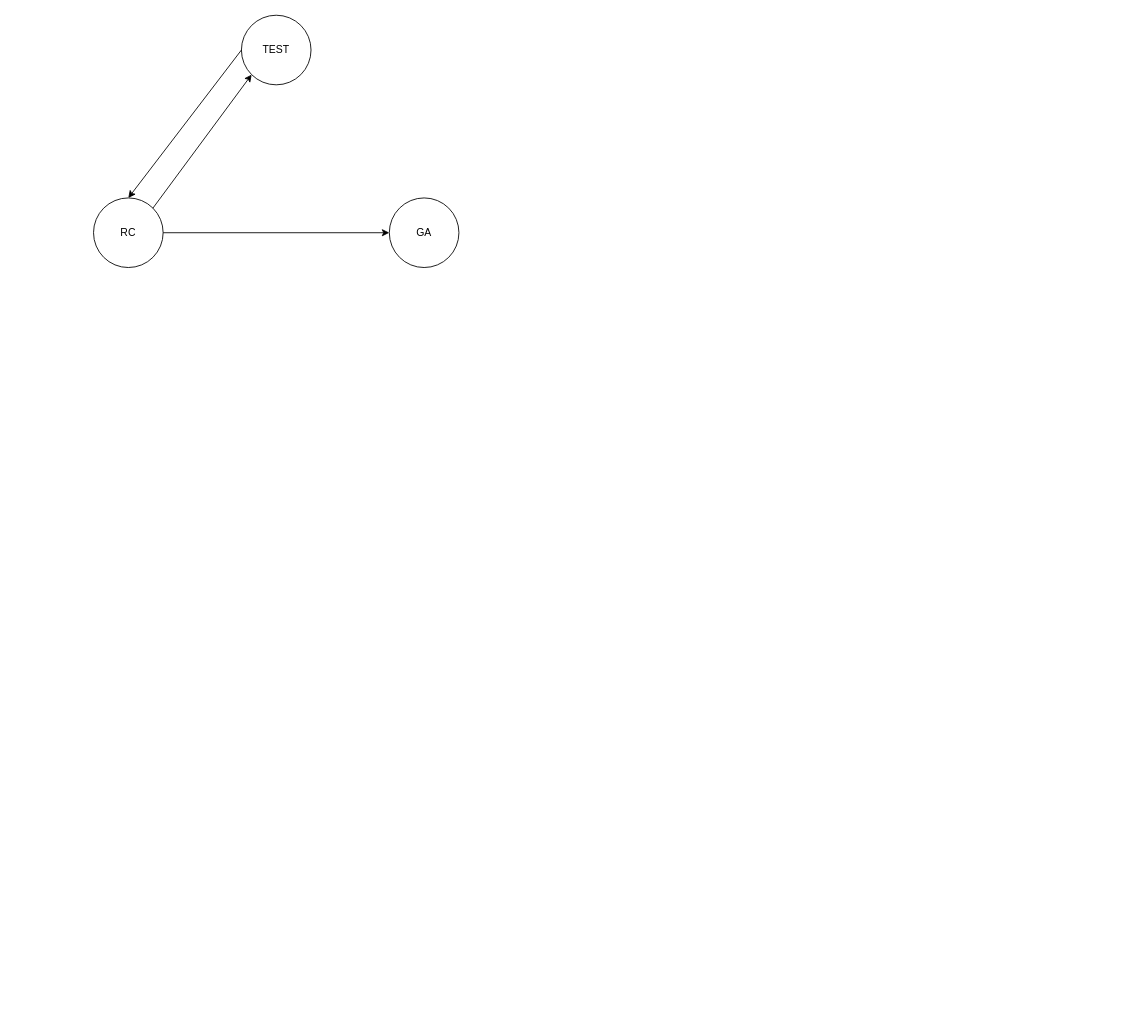
Above: package_transform.drawio in helios741/plan (draw.io), before the change. Source tidied: cells renumbered, new cells numbered last; positions are measured from the earlier drawing's top-left corner, leaving out a move shared by most shapes. Both pictures are drawn from the tidied source at 87%, with x=0, y=0 at pixel (93, 15).
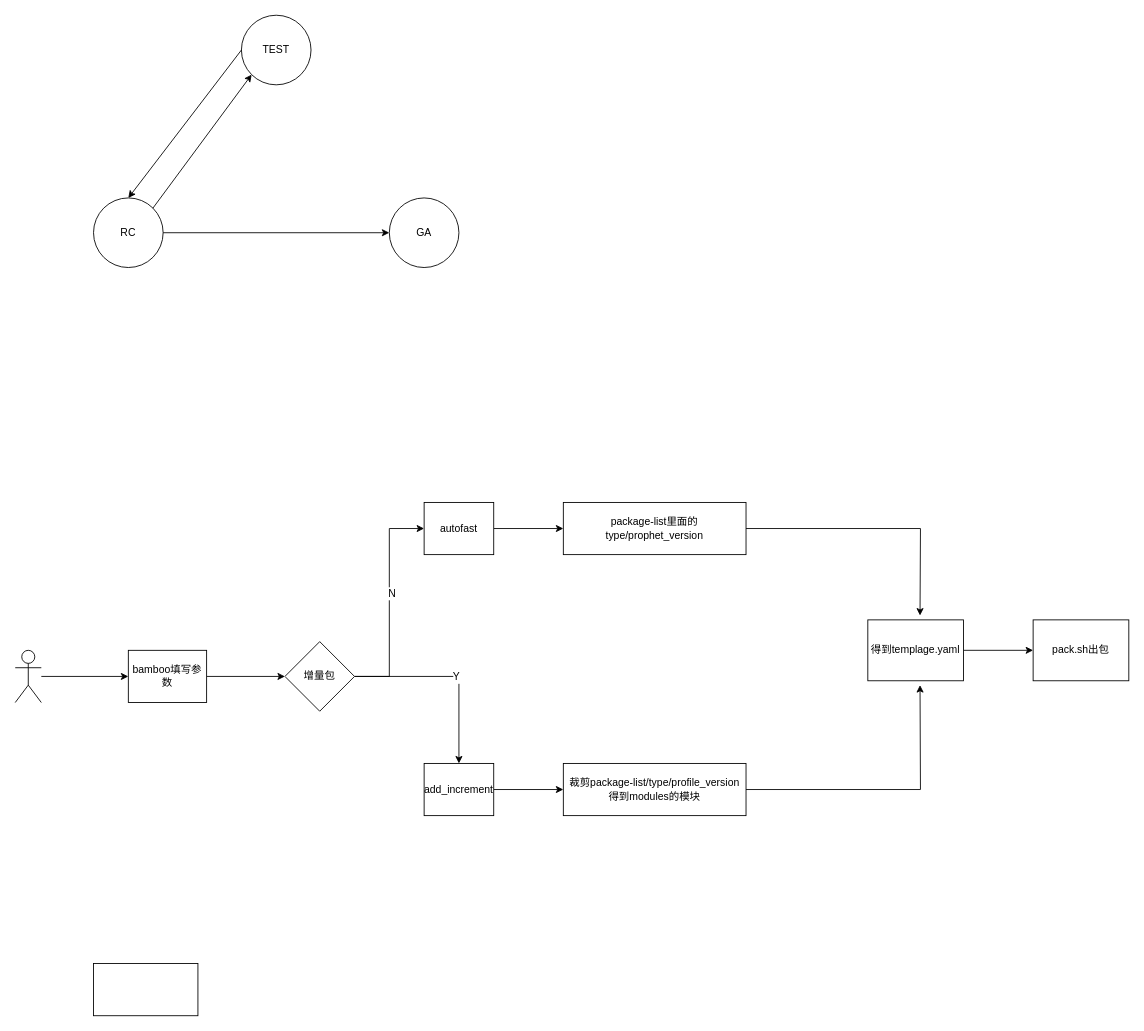
After the change.

What changed in the source:
```diff
@@
+    <mxCell id="8" style="edgeStyle=orthogonalEdgeStyle;rounded=0;jettySize=auto;html=1;" parent="1" edge="1" source="9" target="11">
+      <mxGeometry relative="1" as="geometry" />
+    </mxCell>
+    <mxCell id="9" style="shape=umlActor;verticalLabelPosition=bottom;labelBackgroundColor=#ffffff;verticalAlign=top;html=1;outlineConnect=0;" parent="1" vertex="1">
+      <mxGeometry x="-90" y="730" width="30" height="60" as="geometry" />
+    </mxCell>
+    <mxCell id="10" style="edgeStyle=orthogonalEdgeStyle;rounded=0;jettySize=auto;html=1;exitX=1;exitY=0.5;exitDx=0;exitDy=0;entryX=0;entryY=0.5;entryDx=0;entryDy=0;" parent="1" edge="1" source="11" target="16">
+      <mxGeometry relative="1" as="geometry" />
+    </mxCell>
+    <mxCell id="11" value="bamboo填写参数" style="rounded=0;whiteSpace=wrap;html=1;" parent="1" vertex="1">
+      <mxGeometry x="40" y="730" width="90" height="60" as="geometry" />
+    </mxCell>
+    <mxCell id="12" style="edgeStyle=orthogonalEdgeStyle;rounded=0;jettySize=auto;html=1;" parent="1" edge="1" source="16" target="22">
+      <mxGeometry relative="1" as="geometry" />
+    </mxCell>
+    <mxCell id="13" value="Y" style="text;html=1;align=center;verticalAlign=middle;labelBackgroundColor=#ffffff;" parent="12" vertex="1">
+      <mxGeometry x="0.09" y="-4" relative="1" as="geometry" />
+    </mxCell>
+    <mxCell id="14" style="edgeStyle=orthogonalEdgeStyle;rounded=0;jettySize=auto;html=1;entryX=0;entryY=0.5;entryDx=0;entryDy=0;" parent="1" edge="1" source="16" target="18">
+      <mxGeometry relative="1" as="geometry" />
+    </mxCell>
+    <mxCell id="15" value="N" style="text;html=1;align=center;verticalAlign=middle;labelBackgroundColor=#ffffff;" parent="14" vertex="1">
+      <mxGeometry x="0.09" y="-2" relative="1" as="geometry" />
+    </mxCell>
+    <mxCell id="16" value="增量包" style="rhombus;whiteSpace=wrap;html=1;" parent="1" vertex="1">
+      <mxGeometry x="220" y="720" width="80" height="80" as="geometry" />
+    </mxCell>
+    <mxCell id="17" style="edgeStyle=orthogonalEdgeStyle;rounded=0;jettySize=auto;html=1;" parent="1" edge="1" source="18" target="20">
+      <mxGeometry relative="1" as="geometry" />
+    </mxCell>
+    <mxCell id="18" value="autofast" style="rounded=0;whiteSpace=wrap;html=1;" parent="1" vertex="1">
+      <mxGeometry x="380" y="560" width="80" height="60" as="geometry" />
+    </mxCell>
+    <mxCell id="19" style="edgeStyle=orthogonalEdgeStyle;rounded=0;jettySize=auto;html=1;exitX=1;exitY=0.5;exitDx=0;exitDy=0;" parent="1" edge="1" source="20">
+      <mxGeometry relative="1" as="geometry">
+        <mxPoint x="950" y="690" as="targetPoint" />
+      </mxGeometry>
+    </mxCell>
+    <mxCell id="20" value="package-list里面的type/prophet_version&lt;br&gt;" style="rounded=0;whiteSpace=wrap;html=1;" parent="1" vertex="1">
+      <mxGeometry x="540" y="560" width="210" height="60" as="geometry" />
+    </mxCell>
+    <mxCell id="21" style="edgeStyle=orthogonalEdgeStyle;rounded=0;jettySize=auto;html=1;" parent="1" edge="1" source="22" target="24">
+      <mxGeometry relative="1" as="geometry" />
+    </mxCell>
+    <mxCell id="22" value="add_increment" style="rounded=0;whiteSpace=wrap;html=1;" parent="1" vertex="1">
+      <mxGeometry x="380" y="860" width="80" height="60" as="geometry" />
+    </mxCell>
+    <mxCell id="23" style="edgeStyle=orthogonalEdgeStyle;rounded=0;jettySize=auto;html=1;exitX=1;exitY=0.5;exitDx=0;exitDy=0;" parent="1" edge="1" source="24">
+      <mxGeometry relative="1" as="geometry">
+        <mxPoint x="950" y="770" as="targetPoint" />
+      </mxGeometry>
+    </mxCell>
+    <mxCell id="24" value="裁剪package-list/type/profile_version&lt;br&gt;得到modules的模块" style="rounded=0;whiteSpace=wrap;html=1;" parent="1" vertex="1">
+      <mxGeometry x="540" y="860" width="210" height="60" as="geometry" />
+    </mxCell>
+    <mxCell id="25" style="edgeStyle=orthogonalEdgeStyle;rounded=0;jettySize=auto;html=1;" parent="1" edge="1" source="26" target="27">
+      <mxGeometry relative="1" as="geometry" />
+    </mxCell>
+    <mxCell id="26" value="得到templage.yaml" style="rounded=0;whiteSpace=wrap;html=1;" parent="1" vertex="1">
+      <mxGeometry x="890" y="695" width="110" height="70" as="geometry" />
+    </mxCell>
+    <mxCell id="27" value="pack.sh出包" style="rounded=0;whiteSpace=wrap;html=1;" parent="1" vertex="1">
+      <mxGeometry x="1080" y="695" width="110" height="70" as="geometry" />
+    </mxCell>
+    <mxCell id="28" style="rounded=0;whiteSpace=wrap;html=1;" parent="1" vertex="1">
+      <mxGeometry y="1090" width="120" height="60" as="geometry" />
+    </mxCell>
```
